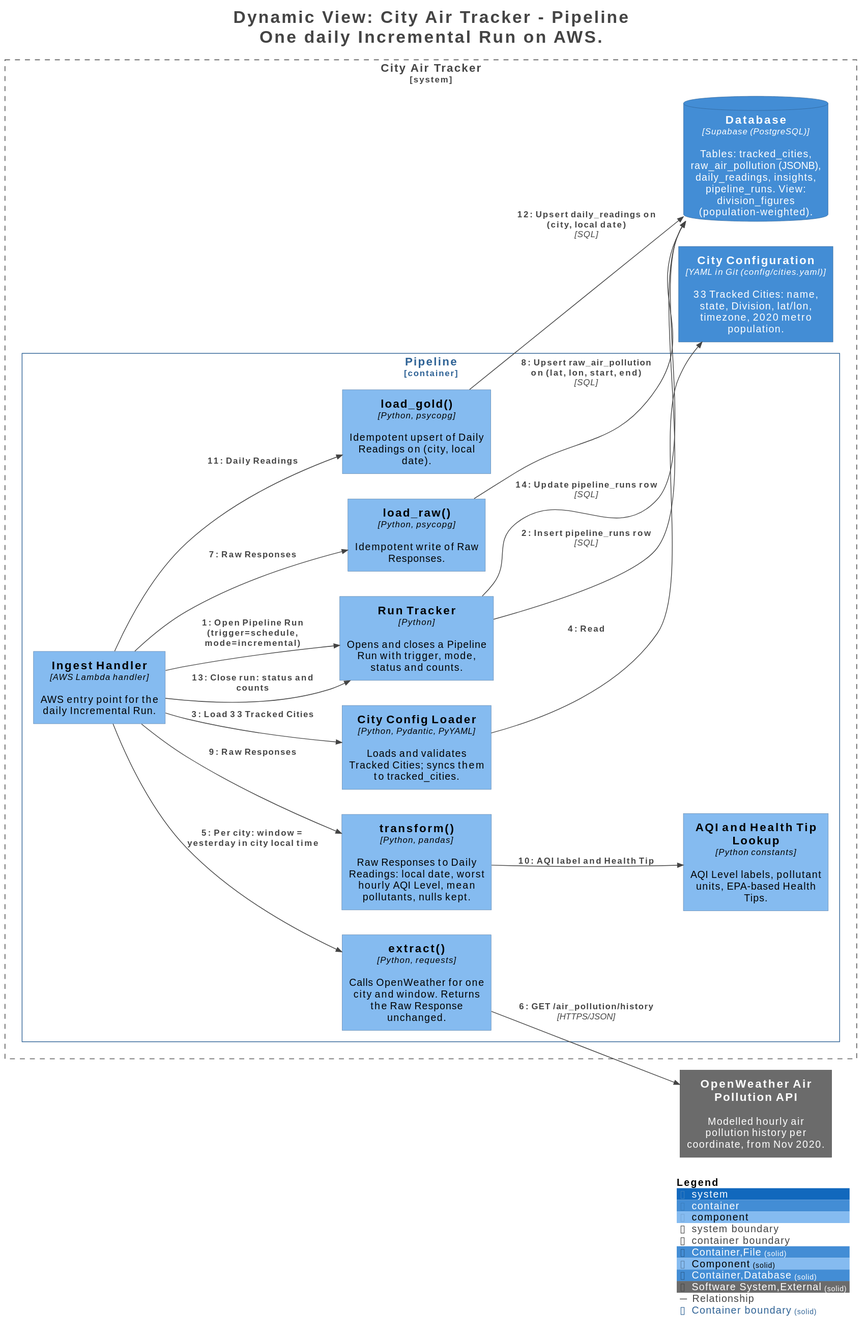
Code-the-Dream-School/fall-practicum-py-team3 keeps this PlantUML diagram as docs/architecture/svg/Dynamic-DailyIncrementalRun.svg. Above is the earlier version.
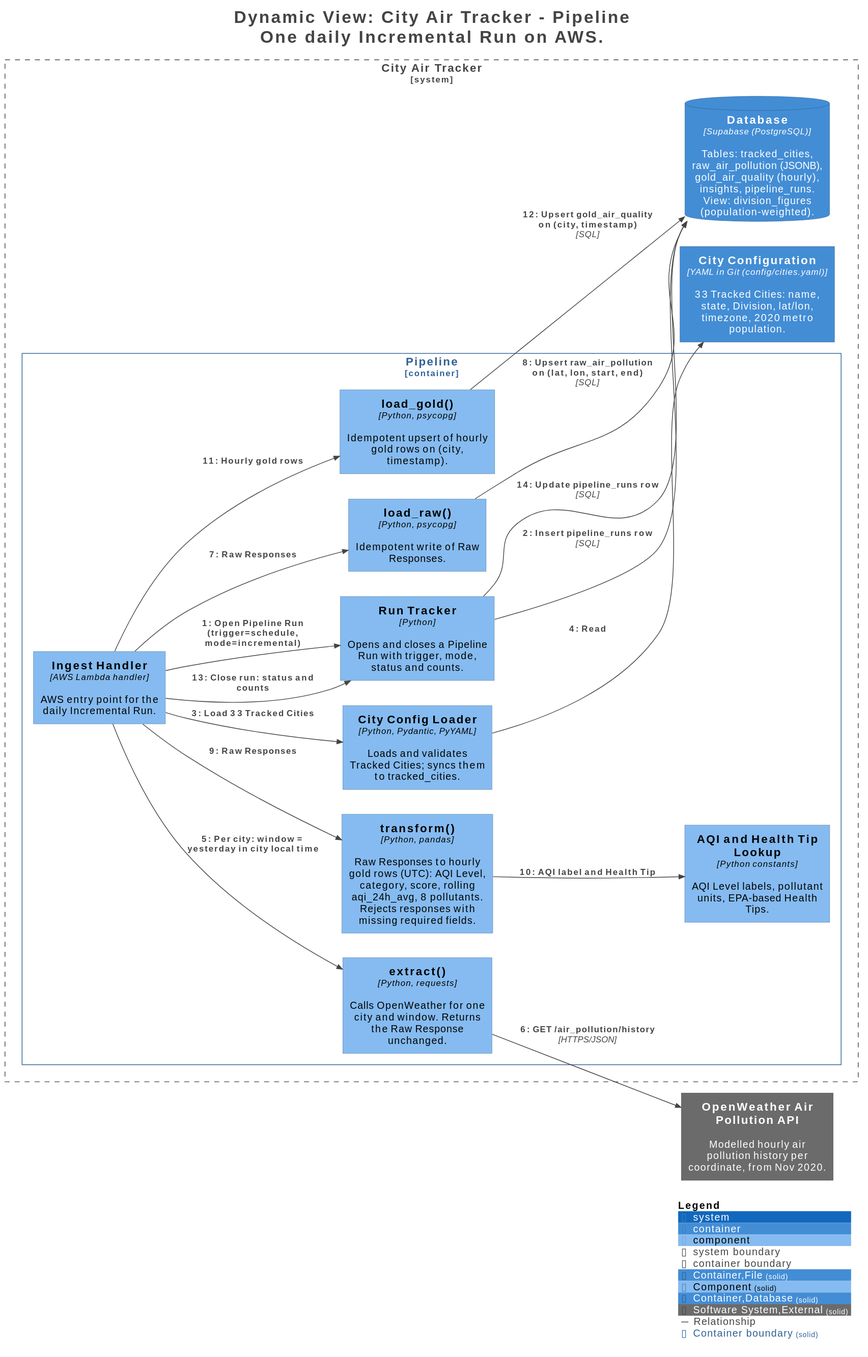
After the change.

What changed in the source:
```diff
@@ -33,19 +33,19 @@
     Component(CityAirTracker.Pipeline.CityConfigLoader, "City Config Loader", $techn="Python, Pydantic, PyYAML", $descr="Loads and validates Tracked Cities; syncs them to tracked_cities.", $tags="Component", $link="")
     Component(CityAirTracker.Pipeline.extract, "extract()", $techn="Python, requests", $descr="Calls OpenWeather for one city and window. Returns the Raw Response unchanged.", $tags="Component", $link="")
     Component(CityAirTracker.Pipeline.load_raw, "load_raw()", $techn="Python, psycopg", $descr="Idempotent write of Raw Responses.", $tags="Component", $link="")
-    Component(CityAirTracker.Pipeline.transform, "transform()", $techn="Python, pandas", $descr="Raw Responses to Daily Readings: local date, worst hourly AQI Level, mean pollutants, nulls kept.", $tags="Component", $link="")
+    Component(CityAirTracker.Pipeline.transform, "transform()", $techn="Python, pandas", $descr="Raw Responses to hourly gold rows (UTC): AQI Level, category, score, rolling aqi_24h_avg, 8 pollutants. Rejects responses with missing required fields.", $tags="Component", $link="")
     Component(CityAirTracker.Pipeline.AQIandHealthTipLookup, "AQI and Health Tip Lookup", $techn="Python constants", $descr="AQI Level labels, pollutant units, EPA-based Health Tips.", $tags="Component", $link="")
-    Component(CityAirTracker.Pipeline.load_gold, "load_gold()", $techn="Python, psycopg", $descr="Idempotent upsert of Daily Readings on (city, local date).", $tags="Component", $link="")
+    Component(CityAirTracker.Pipeline.load_gold, "load_gold()", $techn="Python, psycopg", $descr="Idempotent upsert of hourly gold rows on (city, timestamp).", $tags="Component", $link="")
     Component(CityAirTracker.Pipeline.IngestHandler, "Ingest Handler", $techn="AWS Lambda handler", $descr="AWS entry point for the daily Incremental Run.", $tags="Component", $link="")
   }
 
-  ContainerDb(CityAirTracker.Database, "Database", $techn="Supabase (PostgreSQL)", $descr="Tables: tracked_cities, raw_air_pollution (JSONB), daily_readings, insights, pipeline_runs. View: division_figures (population-weighted).", $tags="Container,Database", $link="")
+  ContainerDb(CityAirTracker.Database, "Database", $techn="Supabase (PostgreSQL)", $descr="Tables: tracked_cities, raw_air_pollution (JSONB), gold_air_quality (hourly), insights, pipeline_runs. View: division_figures (population-weighted).", $tags="Container,Database", $link="")
   Container(CityAirTracker.CityConfiguration, "City Configuration", $techn="YAML in Git (config/cities.yaml)", $descr="33 Tracked Cities: name, state, Division, lat/lon, timezone, 2020 metro population.", $tags="Container,File", $link="")
 }
 
 System(OpenWeatherAirPollutionAPI, "OpenWeather Air Pollution API", $descr="Modelled hourly air pollution history per coordinate, from Nov 2020.", $tags="Software System,External", $link="")
 Container(CityAirTracker.CityConfiguration, "City Configuration", $techn="YAML in Git (config/cities.yaml)", $descr="33 Tracked Cities: name, state, Division, lat/lon, timezone, 2020 metro population.", $tags="Container,File", $link="")
-ContainerDb(CityAirTracker.Database, "Database", $techn="Supabase (PostgreSQL)", $descr="Tables: tracked_cities, raw_air_pollution (JSONB), daily_readings, insights, pipeline_runs. View: division_figures (population-weighted).", $tags="Container,Database", $link="")
+ContainerDb(CityAirTracker.Database, "Database", $techn="Supabase (PostgreSQL)", $descr="Tables: tracked_cities, raw_air_pollution (JSONB), gold_air_quality (hourly), insights, pipeline_runs. View: division_figures (population-weighted).", $tags="Container,Database", $link="")
 
 Rel(CityAirTracker.Pipeline.IngestHandler, CityAirTracker.Pipeline.RunTracker, "1: Open Pipeline Run (trigger=schedule, mode=incremental)", $techn="", $tags="Relationship", $link="")
 Rel(CityAirTracker.Pipeline.RunTracker, CityAirTracker.Database, "2: Insert pipeline_runs row", $techn="SQL", $tags="Relationship", $link="")
@@ -57,8 +57,8 @@
 Rel(CityAirTracker.Pipeline.load_raw, CityAirTracker.Database, "8: Upsert raw_air_pollution on (lat, lon, start, end)", $techn="SQL", $tags="Relationship", $link="")
 Rel(CityAirTracker.Pipeline.IngestHandler, CityAirTracker.Pipeline.transform, "9: Raw Responses", $techn="", $tags="Relationship", $link="")
 Rel(CityAirTracker.Pipeline.transform, CityAirTracker.Pipeline.AQIandHealthTipLookup, "10: AQI label and Health Tip", $techn="", $tags="Relationship", $link="")
-Rel(CityAirTracker.Pipeline.IngestHandler, CityAirTracker.Pipeline.load_gold, "11: Daily Readings", $techn="", $tags="Relationship", $link="")
-Rel(CityAirTracker.Pipeline.load_gold, CityAirTracker.Database, "12: Upsert daily_readings on (city, local date)", $techn="SQL", $tags="Relationship", $link="")
+Rel(CityAirTracker.Pipeline.IngestHandler, CityAirTracker.Pipeline.load_gold, "11: Hourly gold rows", $techn="", $tags="Relationship", $link="")
+Rel(CityAirTracker.Pipeline.load_gold, CityAirTracker.Database, "12: Upsert gold_air_quality on (city, timestamp)", $techn="SQL", $tags="Relationship", $link="")
 Rel(CityAirTracker.Pipeline.IngestHandler, CityAirTracker.Pipeline.RunTracker, "13: Close run: status and counts", $techn="", $tags="Relationship", $link="")
 Rel(CityAirTracker.Pipeline.RunTracker, CityAirTracker.Database, "14: Update pipeline_runs row", $techn="SQL", $tags="Relationship", $link="")
 
```
